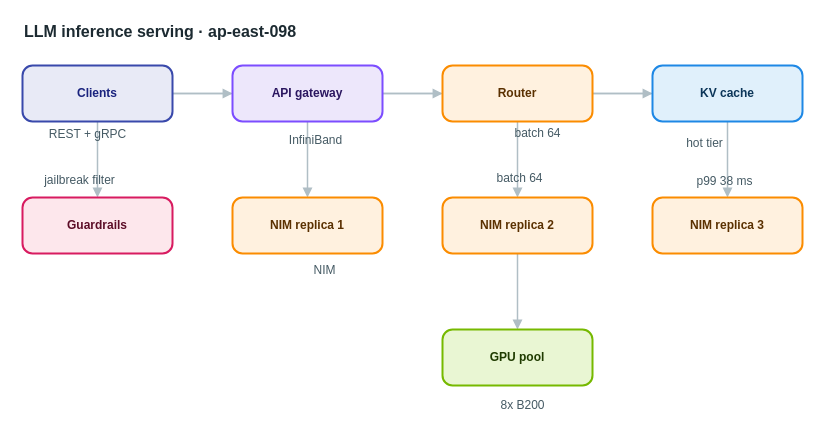
Before: apps/web/public/samples/library/098-llm-inference-serving.drawio in AryanG01/open-apprentice, a draw.io diagram. Source tidied: cells renumbered, new cells numbered last; positions are measured from the earlier drawing's top-left corner, leaving out a move shared by most shapes. Both pictures are drawn from the tidied source at 100%, with x=0, y=0 at pixel (17, 17).
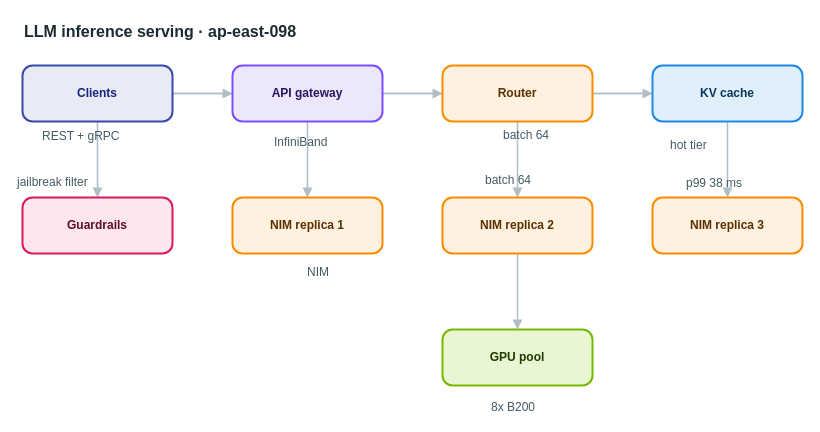
Above is the later version.

Diff of the diagram source:
```diff
@@
-    <mxCell id="20" value="REST + gRPC" style="text;html=1;align=center;verticalAlign=middle;whiteSpace=nowrap;strokeColor=none;fillColor=none;fontSize=12;fontColor=#455a64;" parent="1" vertex="1">
+    <mxCell id="20" value="REST + gRPC" style="text;html=1;align=left;verticalAlign=top;whiteSpace=nowrap;spacing=0;spacingTop=0;strokeColor=none;fillColor=none;fontSize=12;fontColor=#455a64;" parent="1" vertex="1">
       <mxGeometry x="25" y="107" width="89" height="20" as="geometry" />
     </mxCell>
-    <mxCell id="21" value="InfiniBand" style="text;html=1;align=center;verticalAlign=middle;whiteSpace=nowrap;strokeColor=none;fillColor=none;fontSize=12;fontColor=#455a64;" parent="1" vertex="1">
+    <mxCell id="21" value="InfiniBand" style="text;html=1;align=left;verticalAlign=top;whiteSpace=nowrap;spacing=0;spacingTop=0;strokeColor=none;fillColor=none;fontSize=12;fontColor=#455a64;" parent="1" vertex="1">
       <mxGeometry x="257" y="113" width="82" height="20" as="geometry" />
     </mxCell>
-    <mxCell id="22" value="batch 64" style="text;html=1;align=center;verticalAlign=middle;whiteSpace=nowrap;strokeColor=none;fillColor=none;fontSize=12;fontColor=#455a64;" parent="1" vertex="1">
+    <mxCell id="22" value="batch 64" style="text;html=1;align=left;verticalAlign=top;whiteSpace=nowrap;spacing=0;spacingTop=0;strokeColor=none;fillColor=none;fontSize=12;fontColor=#455a64;" parent="1" vertex="1">
       <mxGeometry x="486" y="106" width="68" height="20" as="geometry" />
     </mxCell>
-    <mxCell id="23" value="NIM" style="text;html=1;align=center;verticalAlign=middle;whiteSpace=nowrap;strokeColor=none;fillColor=none;fontSize=12;fontColor=#455a64;" parent="1" vertex="1">
+    <mxCell id="23" value="NIM" style="text;html=1;align=left;verticalAlign=top;whiteSpace=nowrap;spacing=0;spacingTop=0;strokeColor=none;fillColor=none;fontSize=12;fontColor=#455a64;" parent="1" vertex="1">
       <mxGeometry x="290" y="243" width="33" height="20" as="geometry" />
     </mxCell>
-    <mxCell id="24" value="batch 64" style="text;html=1;align=center;verticalAlign=middle;whiteSpace=nowrap;strokeColor=none;fillColor=none;fontSize=12;fontColor=#455a64;" parent="1" vertex="1">
+    <mxCell id="24" value="batch 64" style="text;html=1;align=left;verticalAlign=top;whiteSpace=nowrap;spacing=0;spacingTop=0;strokeColor=none;fillColor=none;fontSize=12;fontColor=#455a64;" parent="1" vertex="1">
       <mxGeometry x="468" y="151" width="68" height="20" as="geometry" />
     </mxCell>
-    <mxCell id="25" value="p99 38 ms" style="text;html=1;align=center;verticalAlign=middle;whiteSpace=nowrap;strokeColor=none;fillColor=none;fontSize=12;fontColor=#455a64;" parent="1" vertex="1">
+    <mxCell id="25" value="p99 38 ms" style="text;html=1;align=left;verticalAlign=top;whiteSpace=nowrap;spacing=0;spacingTop=0;strokeColor=none;fillColor=none;fontSize=12;fontColor=#455a64;" parent="1" vertex="1">
       <mxGeometry x="669" y="154" width="75" height="20" as="geometry" />
     </mxCell>
-    <mxCell id="26" value="hot tier" style="text;html=1;align=center;verticalAlign=middle;whiteSpace=nowrap;strokeColor=none;fillColor=none;fontSize=12;fontColor=#455a64;" parent="1" vertex="1">
+    <mxCell id="26" value="hot tier" style="text;html=1;align=left;verticalAlign=top;whiteSpace=nowrap;spacing=0;spacingTop=0;strokeColor=none;fillColor=none;fontSize=12;fontColor=#455a64;" parent="1" vertex="1">
       <mxGeometry x="653" y="116" width="68" height="20" as="geometry" />
     </mxCell>
-    <mxCell id="27" value="8x B200" style="text;html=1;align=center;verticalAlign=middle;whiteSpace=nowrap;strokeColor=none;fillColor=none;fontSize=12;fontColor=#455a64;" parent="1" vertex="1">
+    <mxCell id="27" value="8x B200" style="text;html=1;align=left;verticalAlign=top;whiteSpace=nowrap;spacing=0;spacingTop=0;strokeColor=none;fillColor=none;fontSize=12;fontColor=#455a64;" parent="1" vertex="1">
       <mxGeometry x="474" y="378" width="61" height="20" as="geometry" />
     </mxCell>
-    <mxCell id="28" value="jailbreak filter" style="text;html=1;align=center;verticalAlign=middle;whiteSpace=nowrap;strokeColor=none;fillColor=none;fontSize=12;fontColor=#455a64;" parent="1" vertex="1">
+    <mxCell id="28" value="jailbreak filter" style="text;html=1;align=left;verticalAlign=top;whiteSpace=nowrap;spacing=0;spacingTop=0;strokeColor=none;fillColor=none;fontSize=12;fontColor=#455a64;" parent="1" vertex="1">
       <mxGeometry y="153" width="124" height="20" as="geometry" />
     </mxCell>
```
